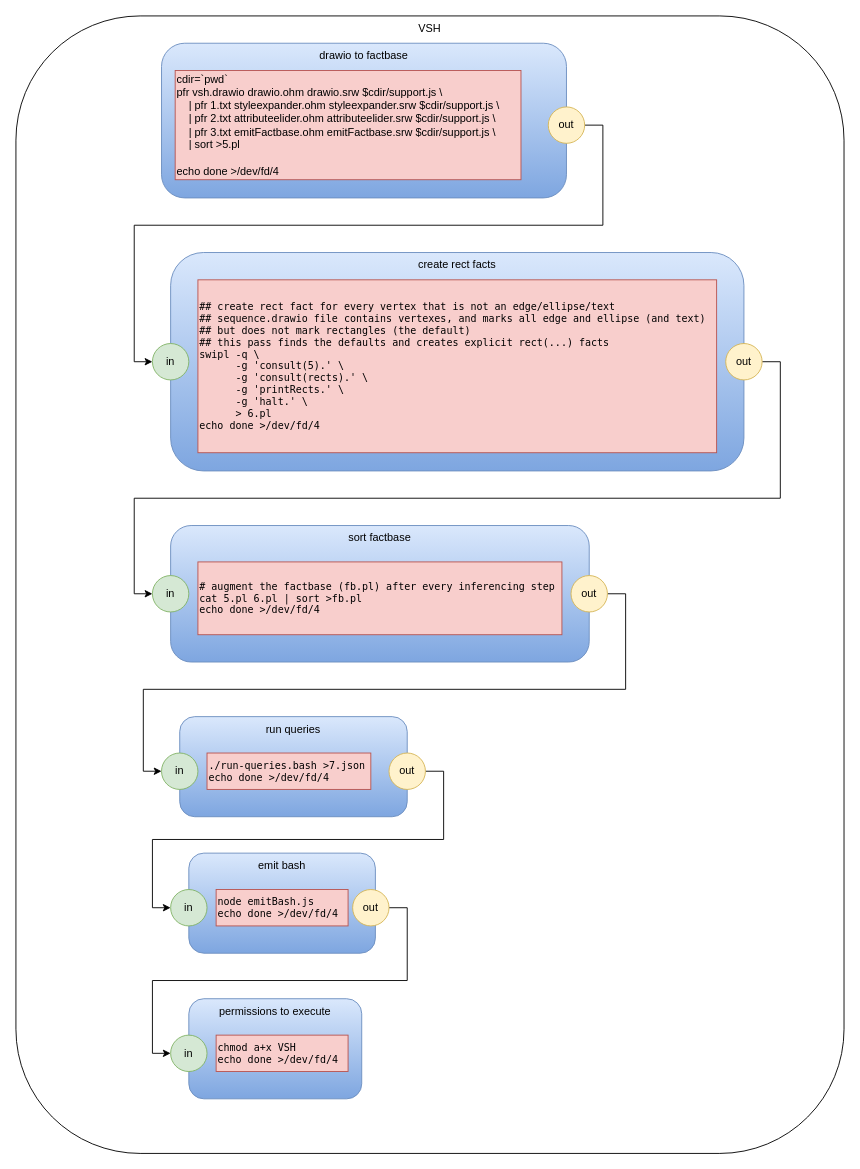
Earlier version of the draw.io diagram vsh.drawio (guitarvydas/vsh). Source tidied: cells renumbered, new cells numbered last; positions are measured from the earlier drawing's top-left corner, leaving out a move shared by most shapes. Both pictures are drawn from the tidied source at 91%, with x=0, y=0 at pixel (15, 15).
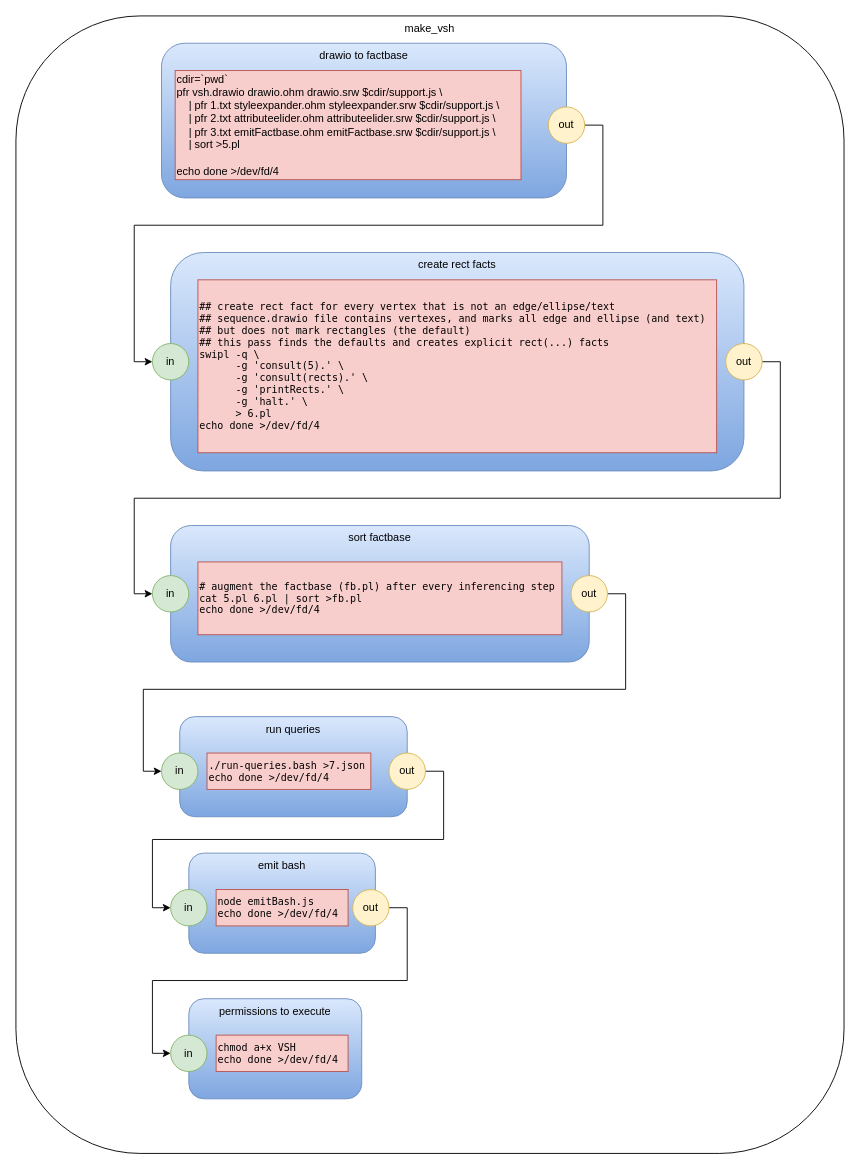
The same diagram, later.

Diff of the diagram source:
```diff
@@
-    <mxCell id="2" value="VSH" style="rounded=1;whiteSpace=wrap;html=1;verticalAlign=top;" parent="1" vertex="1">
+    <mxCell id="2" value="make_vsh" style="rounded=1;whiteSpace=wrap;html=1;verticalAlign=top;" parent="1" vertex="1">
       <mxGeometry width="910" height="1250" as="geometry" />
     </mxCell>
```
